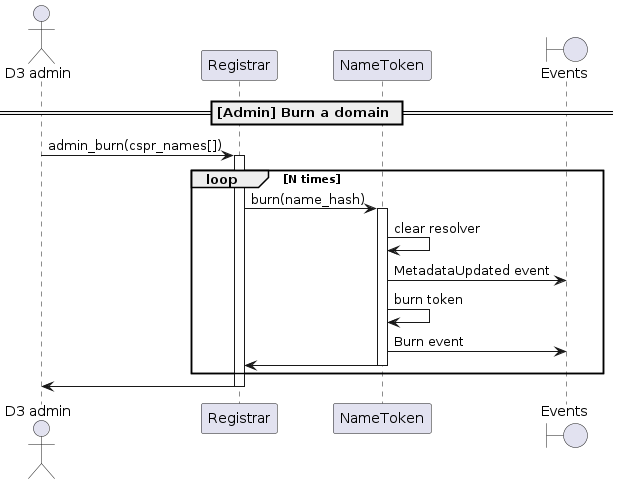
Above: docs/sequence-diagrams/puml/burn-domain.png in make-software/cspr-name-contracts (PlantUML), before the change.
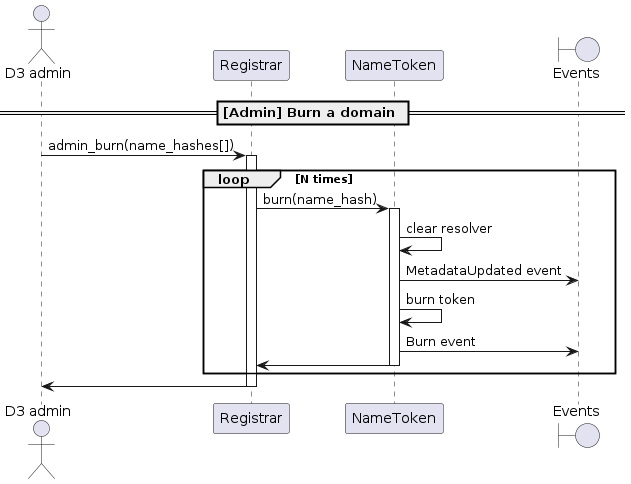
Later version of the same file.

Diff of the diagram source:
```diff
@@ -7,7 +7,7 @@
 
 == [Admin] Burn a domain ==
 
-"D3 admin" -> "Registrar": admin_burn(cspr_names[])
+"D3 admin" -> "Registrar": admin_burn(name_hashes[])
 activate Registrar
 loop N times
     Registrar -> NameToken: burn(name_hash)
```
